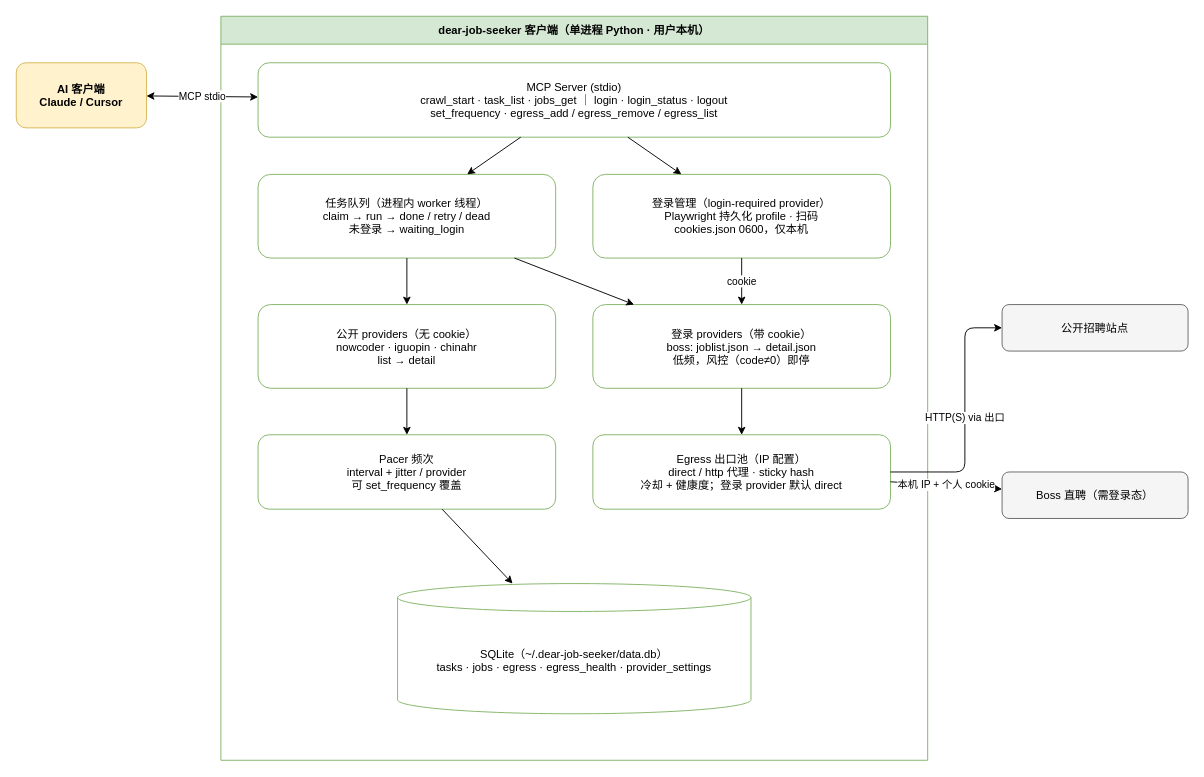
daijinma/dear-job-seeker keeps this draw.io diagram as page "1-架构（单客户端）" (1 of 3) of docs/architecture.drawio. Above is the earlier version. Source tidied: cells renumbered, new cells numbered last; positions are measured from the earlier drawing's top-left corner, leaving out a move shared by most shapes. Both pictures are drawn from the tidied source at 93%, with x=0, y=0 at pixel (16, 16).
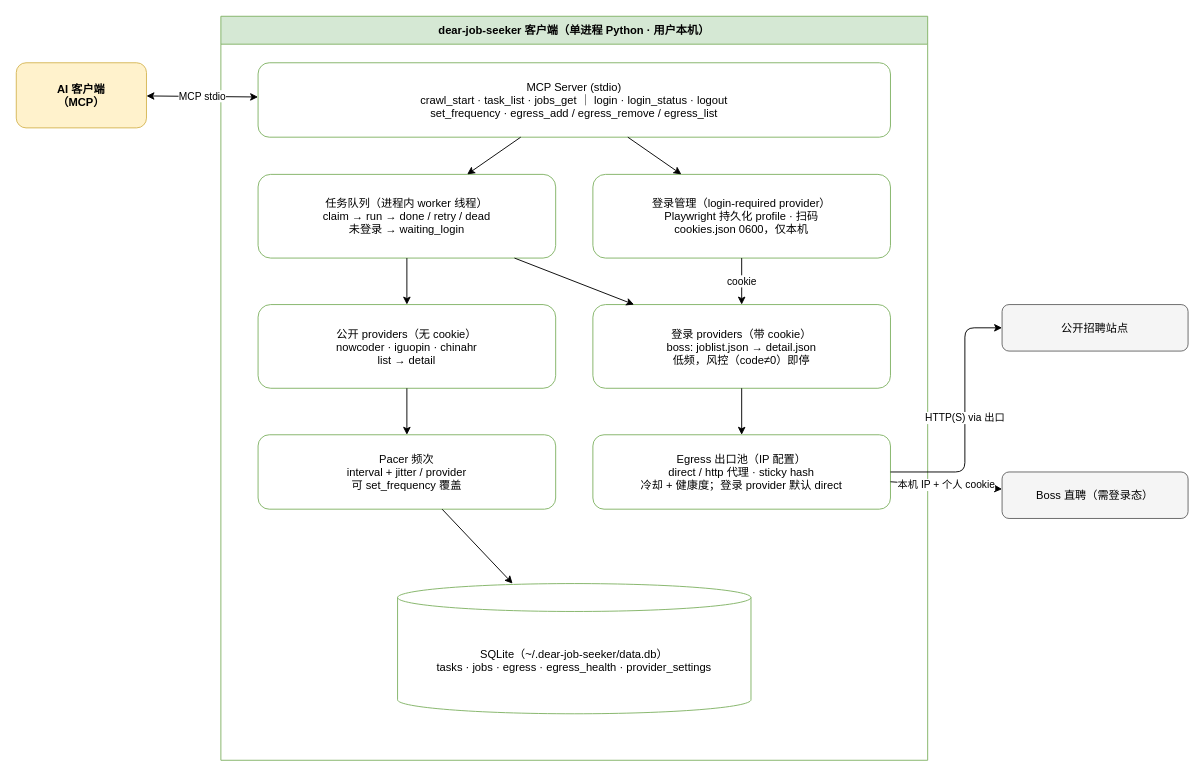
The same page after the edit.

Change to the diagram source:
```diff
@@
-    <mxCell id="2" value="AI 客户端&#10;Claude / Cursor" style="rounded=1;fillColor=#fff2cc;strokeColor=#d6b656;fontStyle=1;" parent="1" vertex="1">
+    <mxCell id="2" value="AI 客户端&#10;（MCP）" style="rounded=1;fillColor=#fff2cc;strokeColor=#d6b656;fontStyle=1;" parent="1" vertex="1">
       <mxGeometry y="50" width="140" height="70" as="geometry" />
     </mxCell>
```
